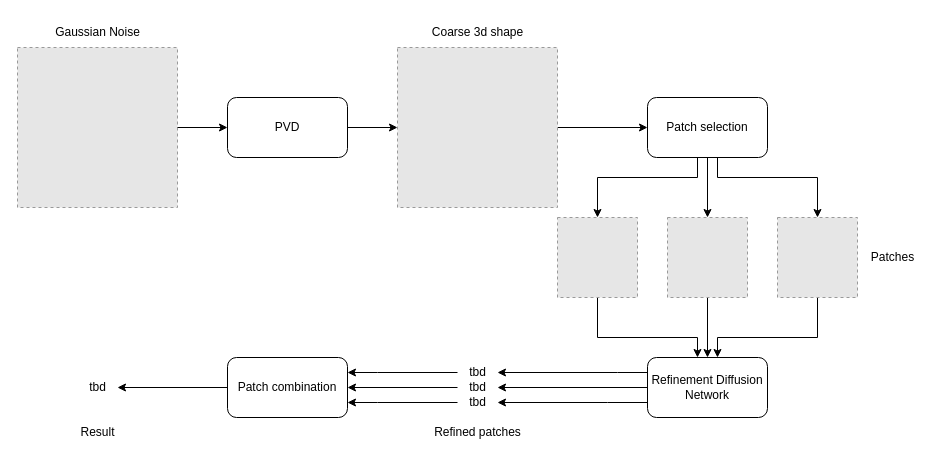
The draw.io diagram assets/ctfs_overview.drawio in kristiyansakalyan/coarse-to-fine-shapes, before the edit. Source tidied: cells renumbered, new cells numbered last; positions are measured from the earlier drawing's top-left corner, leaving out a move shared by most shapes. Both pictures are drawn from the tidied source at 100%, with x=0, y=0 at pixel (17, 17). Pictures stored in the file or linked from it are replaced by grey dashed boxes.
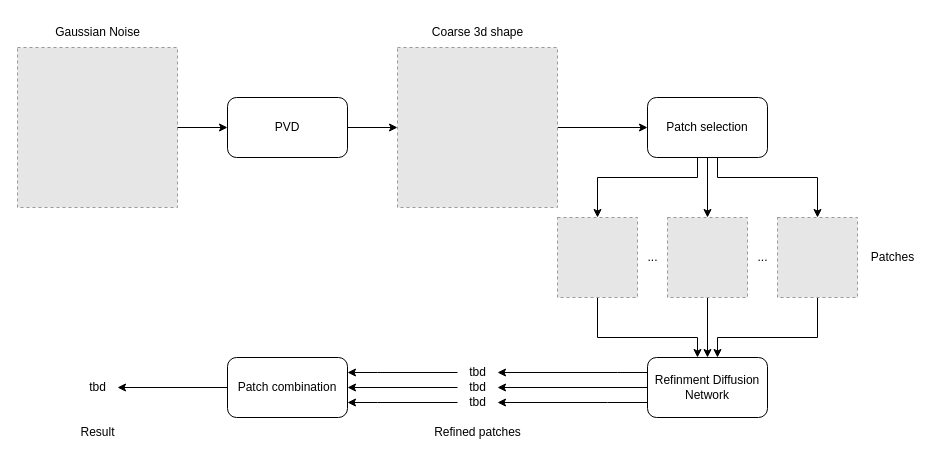
The same diagram, later.

What changed in the source:
```diff
@@
-    <mxCell id="16" value="Refinement Diffusion Network" style="rounded=1;whiteSpace=wrap;html=1;" parent="1" vertex="1">
+    <mxCell id="16" value="Refinment Diffusion Network" style="rounded=1;whiteSpace=wrap;html=1;" parent="1" vertex="1">
       <mxGeometry x="630" y="340" width="120" height="60" as="geometry" />
     </mxCell>
@@
+    <mxCell id="36" value="..." style="text;html=1;align=center;verticalAlign=middle;strokeColor=none;fillColor=none;" parent="1" vertex="1">
+      <mxGeometry x="620" y="225" width="30" height="30" as="geometry" />
+    </mxCell>
+    <mxCell id="37" value="..." style="text;html=1;align=center;verticalAlign=middle;strokeColor=none;fillColor=none;" parent="1" vertex="1">
+      <mxGeometry x="730" y="225" width="30" height="30" as="geometry" />
+    </mxCell>
```
